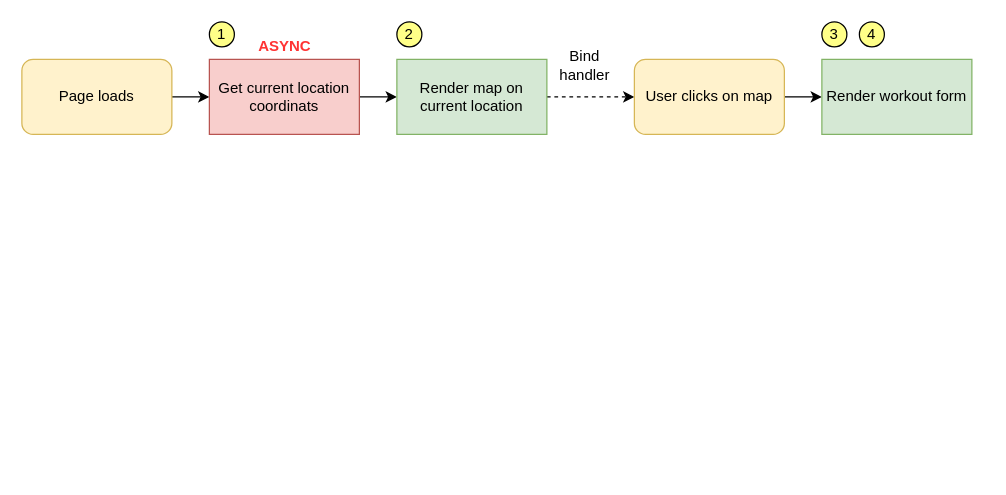
Earlier version of the draw.io diagram 15-Mapty/starter/Untitled Diagram.drawio (zhangji0810/complete-javascript-course). Source tidied: cells renumbered, new cells numbered last; positions are measured from the earlier drawing's top-left corner, leaving out a move shared by most shapes. Both pictures are drawn from the tidied source at 125%, with x=0, y=0 at pixel (21, 21).
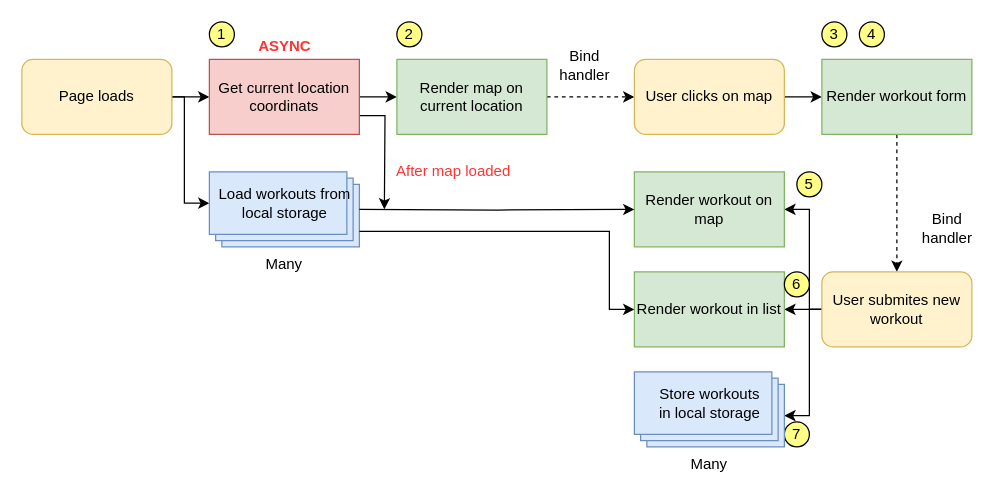
After the change.

Commit message:
finish the flowchart

Unchanged cells that the change refers to:
```xml
<mxCell id="3" value="Page loads" style="rounded=1;whiteSpace=wrap;html=1;fillColor=#fff2cc;strokeColor=#d6b656;" parent="1" vertex="1">
  <mxGeometry y="30" width="120" height="60" as="geometry" />
</mxCell>
<mxCell id="5" value="Get current location coordinats" style="rounded=0;whiteSpace=wrap;html=1;fillColor=#f8cecc;strokeColor=#b85450;" parent="1" vertex="1">
  <mxGeometry x="150" y="30" width="120" height="60" as="geometry" />
</mxCell>
<mxCell id="14" value="Render workout form" style="rounded=0;whiteSpace=wrap;html=1;fillColor=#d5e8d4;strokeColor=#82b366;" parent="1" vertex="1">
  <mxGeometry x="640" y="30" width="120" height="60" as="geometry" />
</mxCell>
```

The edit, as a diff of the source:
```diff
@@
+    <mxCell id="17" style="edgeStyle=orthogonalEdgeStyle;rounded=0;jettySize=auto;html=1;entryX=0;entryY=0;entryDx=0;entryDy=25;entryPerimeter=0;" parent="1" edge="1" source="3" target="34">
+      <mxGeometry relative="1" as="geometry">
+        <Array as="points">
+          <mxPoint x="130" y="60" />
+          <mxPoint x="130" y="145" />
+        </Array>
+      </mxGeometry>
+    </mxCell>
@@
+    <mxCell id="18" style="edgeStyle=orthogonalEdgeStyle;rounded=0;jettySize=auto;html=1;exitX=1;exitY=0.75;exitDx=0;exitDy=0;" parent="1" edge="1" source="5">
+      <mxGeometry relative="1" as="geometry">
+        <mxPoint x="290" y="150" as="targetPoint" />
+      </mxGeometry>
+    </mxCell>
@@
+    <mxCell id="19" style="edgeStyle=orthogonalEdgeStyle;rounded=0;jettySize=auto;html=1;dashed=1;" parent="1" edge="1" source="14" target="23">
+      <mxGeometry relative="1" as="geometry" />
+    </mxCell>
@@
+    <mxCell id="20" style="edgeStyle=orthogonalEdgeStyle;rounded=0;jettySize=auto;html=1;entryX=1;entryY=0.5;entryDx=0;entryDy=0;" parent="1" edge="1" source="23" target="26">
+      <mxGeometry relative="1" as="geometry" />
+    </mxCell>
+    <mxCell id="21" style="edgeStyle=orthogonalEdgeStyle;rounded=0;jettySize=auto;html=1;entryX=1;entryY=0.5;entryDx=0;entryDy=0;" parent="1" edge="1" source="23" target="25">
+      <mxGeometry relative="1" as="geometry">
+        <Array as="points">
+          <mxPoint x="630" y="230" />
+          <mxPoint x="630" y="150" />
+        </Array>
+      </mxGeometry>
+    </mxCell>
+    <mxCell id="22" style="edgeStyle=orthogonalEdgeStyle;rounded=0;jettySize=auto;html=1;entryX=0;entryY=0;entryDx=120;entryDy=35;entryPerimeter=0;" parent="1" edge="1" source="23" target="31">
+      <mxGeometry relative="1" as="geometry">
+        <Array as="points">
+          <mxPoint x="630" y="230" />
+          <mxPoint x="630" y="315" />
+        </Array>
+      </mxGeometry>
+    </mxCell>
+    <mxCell id="23" value="User submites new workout" style="rounded=1;whiteSpace=wrap;html=1;fillColor=#fff2cc;strokeColor=#d6b656;" parent="1" vertex="1">
+      <mxGeometry x="640" y="200" width="120" height="60" as="geometry" />
+    </mxCell>
+    <mxCell id="24" value="Bind &lt;br&gt;handler" style="text;html=1;align=center;verticalAlign=middle;fillColor=none;strokeColor=none;rounded=0;" parent="1" vertex="1">
+      <mxGeometry x="710" y="150" width="60" height="30" as="geometry" />
+    </mxCell>
+    <mxCell id="25" value="Render workout on map" style="rounded=0;whiteSpace=wrap;html=1;fillColor=#d5e8d4;strokeColor=#82b366;" parent="1" vertex="1">
+      <mxGeometry x="490" y="120" width="120" height="60" as="geometry" />
+    </mxCell>
+    <mxCell id="26" value="Render workout in list" style="rounded=0;whiteSpace=wrap;html=1;fillColor=#d5e8d4;strokeColor=#82b366;" parent="1" vertex="1">
+      <mxGeometry x="490" y="200" width="120" height="60" as="geometry" />
+    </mxCell>
+    <mxCell id="27" value="5" style="ellipse;whiteSpace=wrap;html=1;fillColor=#ffff88;" parent="1" vertex="1">
+      <mxGeometry x="620" y="120" width="20" height="20" as="geometry" />
+    </mxCell>
+    <mxCell id="28" value="6" style="ellipse;whiteSpace=wrap;html=1;fillColor=#ffff88;" parent="1" vertex="1">
+      <mxGeometry x="610" y="200" width="20" height="20" as="geometry" />
+    </mxCell>
+    <mxCell id="29" value="7" style="ellipse;whiteSpace=wrap;html=1;fillColor=#ffff88;" parent="1" vertex="1">
+      <mxGeometry x="610" y="320" width="20" height="20" as="geometry" />
+    </mxCell>
+    <mxCell id="30" style="group;" parent="1" vertex="1">
+      <mxGeometry x="490" y="280" width="120" height="60" as="geometry" />
+    </mxCell>
+    <mxCell id="31" value="Many" style="verticalLabelPosition=bottom;verticalAlign=top;html=1;shape=mxgraph.basic.layered_rect;dx=10;outlineConnect=0;strokeColor=#6c8ebf;fillColor=#dae8fc;sketch=0;whiteSpace=wrap;" parent="30" vertex="1">
+      <mxGeometry width="120" height="60" as="geometry" />
+    </mxCell>
+    <mxCell id="32" value="Store workouts &lt;br&gt;in local storage" style="text;html=1;align=center;verticalAlign=middle;strokeColor=none;rounded=0;sketch=0;labelBorderColor=none;labelBackgroundColor=none;" parent="30" vertex="1">
+      <mxGeometry x="10" y="10" width="100" height="30" as="geometry" />
+    </mxCell>
+    <mxCell id="33" style="group;" parent="1" vertex="1">
+      <mxGeometry x="150" y="120" width="120" height="60" as="geometry" />
+    </mxCell>
+    <mxCell id="34" value="Many" style="verticalLabelPosition=bottom;verticalAlign=top;html=1;shape=mxgraph.basic.layered_rect;dx=10;outlineConnect=0;strokeColor=#6c8ebf;fillColor=#dae8fc;sketch=0;whiteSpace=wrap;" parent="33" vertex="1">
+      <mxGeometry width="120" height="60" as="geometry" />
+    </mxCell>
+    <mxCell id="35" value="Load workouts from &lt;br&gt;local storage" style="text;html=1;align=center;verticalAlign=middle;strokeColor=none;rounded=0;sketch=0;labelBorderColor=none;labelBackgroundColor=none;" parent="33" vertex="1">
+      <mxGeometry y="10" width="120" height="30" as="geometry" />
+    </mxCell>
+    <mxCell id="36" style="edgeStyle=orthogonalEdgeStyle;rounded=0;jettySize=auto;html=1;" parent="1" edge="1" target="25">
+      <mxGeometry relative="1" as="geometry">
+        <mxPoint x="270" y="150" as="sourcePoint" />
+      </mxGeometry>
+    </mxCell>
+    <mxCell id="37" value="&lt;font color=&quot;#ff3333&quot;&gt;After map loaded&lt;/font&gt;" style="text;html=1;align=center;verticalAlign=middle;fillColor=none;strokeColor=none;rounded=0;" parent="1" vertex="1">
+      <mxGeometry x="290" y="110" width="110" height="20" as="geometry" />
+    </mxCell>
+    <mxCell id="38" style="edgeStyle=orthogonalEdgeStyle;rounded=0;jettySize=auto;html=1;exitX=0;exitY=0;exitDx=120;exitDy=47.5;exitPerimeter=0;entryX=0;entryY=0.5;entryDx=0;entryDy=0;" parent="1" edge="1" source="34" target="26">
+      <mxGeometry relative="1" as="geometry">
+        <Array as="points">
+          <mxPoint x="470" y="168" />
+          <mxPoint x="470" y="230" />
+        </Array>
+      </mxGeometry>
+    </mxCell>
```
